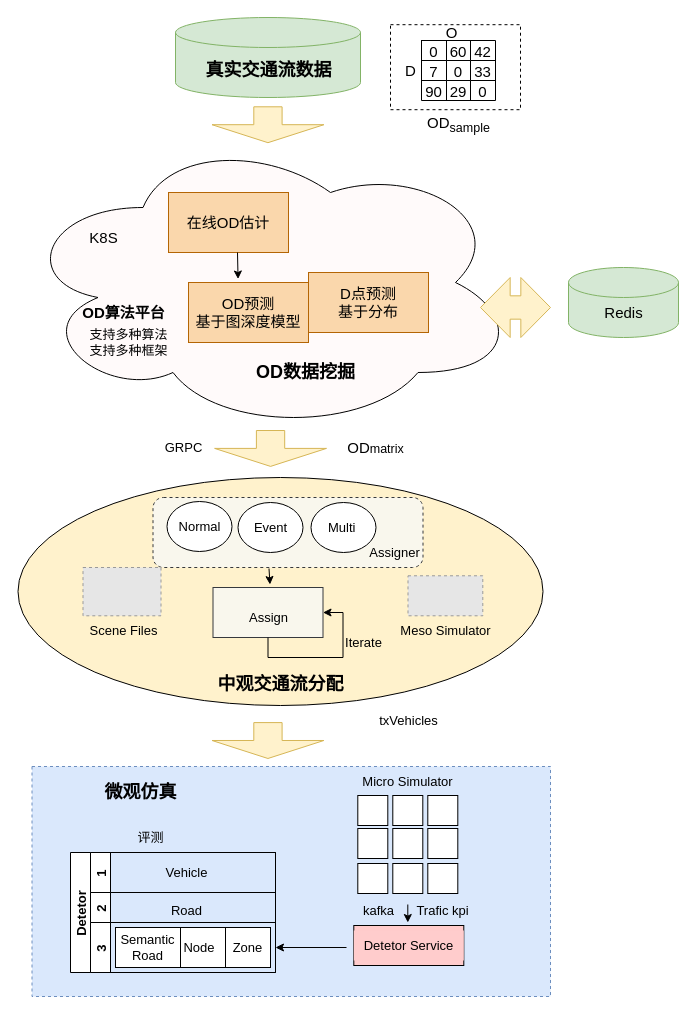
Earlier version of the draw.io diagram src/中微观一体化流程图Temp.drawio (Launche/traffic-simulation). Source tidied: cells renumbered, new cells numbered last; positions are measured from the earlier drawing's top-left corner, leaving out a move shared by most shapes. Both pictures are drawn from the tidied source at 100%, with x=0, y=0 at pixel (18, 17). Pictures stored in the file or linked from it are replaced by grey dashed boxes.
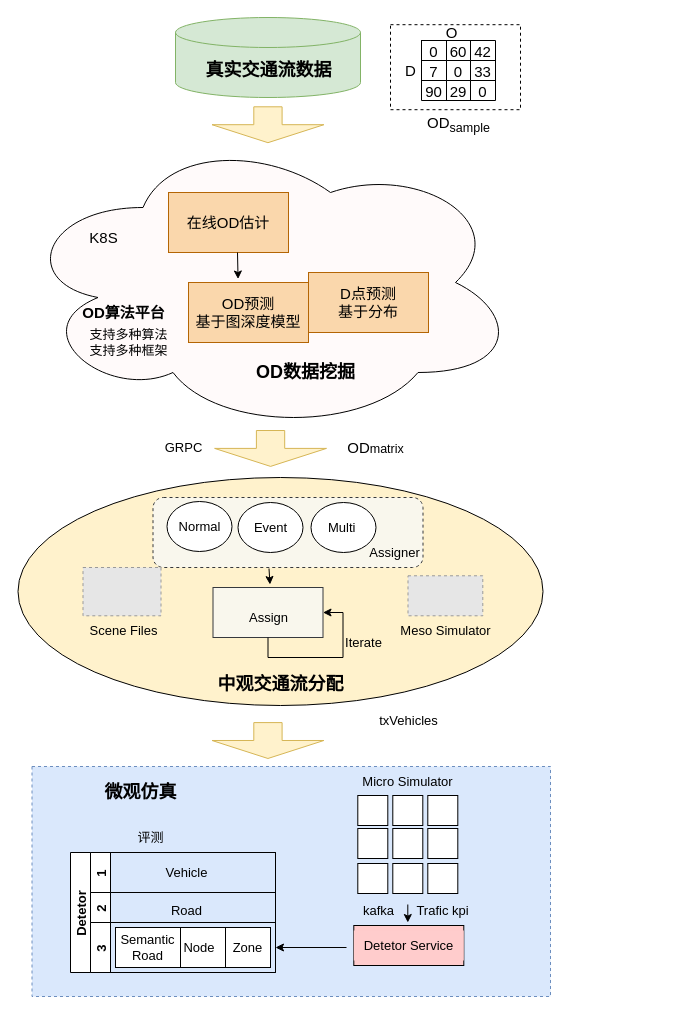
Above is the later version.

Commit message (it also covers changes not shown here):
更新中微观一体化流程图Temp.drawio

The edit, as a diff of the source:
```diff
@@
-    <mxCell id="31" style="shape=doubleArrow;whiteSpace=wrap;html=1;fontSize=14;strokeColor=#d6b656;fillColor=#fff2cc;arrowWidth=0.3888916015625;arrowSize=0.42380894252232143;" parent="1" vertex="1">
-      <mxGeometry x="462" y="260" width="70" height="60" as="geometry" />
-    </mxCell>
-    <mxCell id="32" style="shape=cylinder3;whiteSpace=wrap;html=1;boundedLbl=1;backgroundOutline=1;size=15;fillColor=#d5e8d4;strokeColor=#82b366;" parent="1" vertex="1">
-      <mxGeometry x="550" y="250" width="110" height="70" as="geometry" />
-    </mxCell>
-    <mxCell id="33" value="&lt;font style=&quot;font-size: 15px;&quot;&gt;Redis&lt;/font&gt;" style="text;html=1;align=center;verticalAlign=middle;strokeColor=none;fillColor=none;fontSize=14;" parent="1" vertex="1">
-      <mxGeometry x="575" y="280" width="60" height="30" as="geometry" />
-    </mxCell>
```
